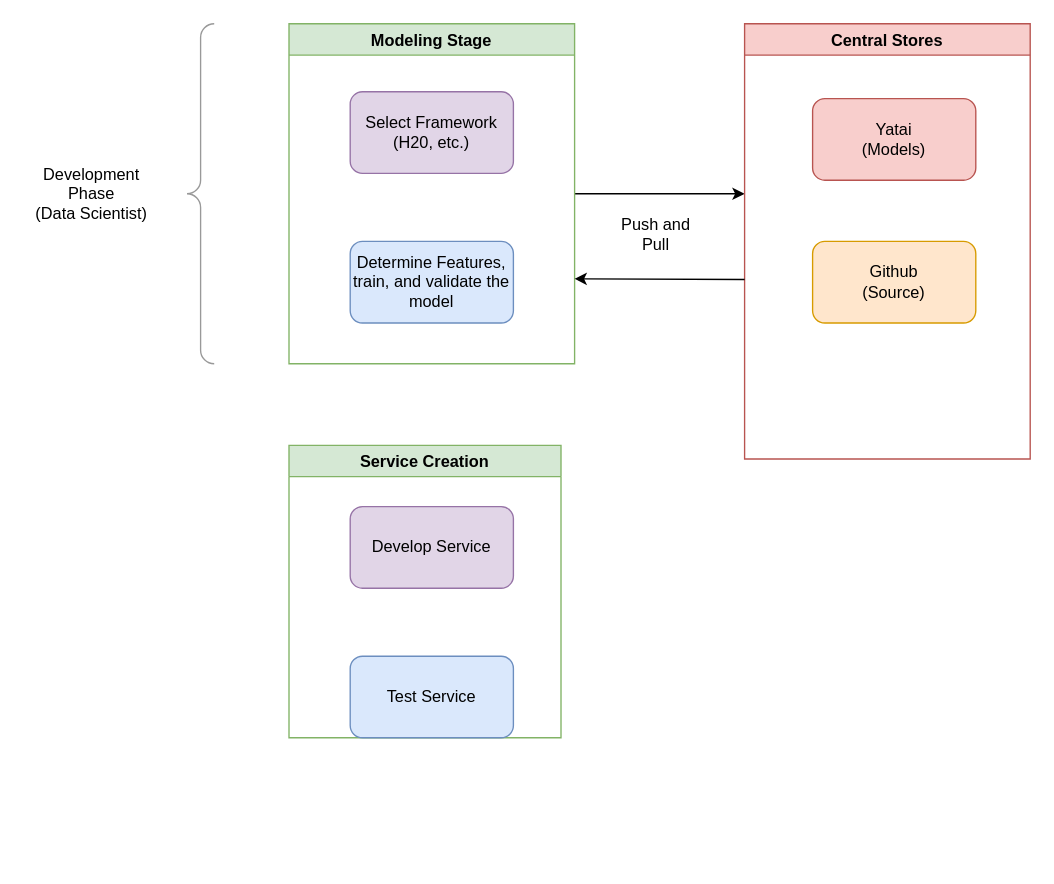
The draw.io diagram bentoml/quickstart/BentoML Flow.drawio in TheDarkTrumpet/MLOpsTest, before the edit. Source tidied: cells renumbered, new cells numbered last; positions are measured from the earlier drawing's top-left corner, leaving out a move shared by most shapes. Both pictures are drawn from the tidied source at 136%, with x=0, y=0 at pixel (23, 23).
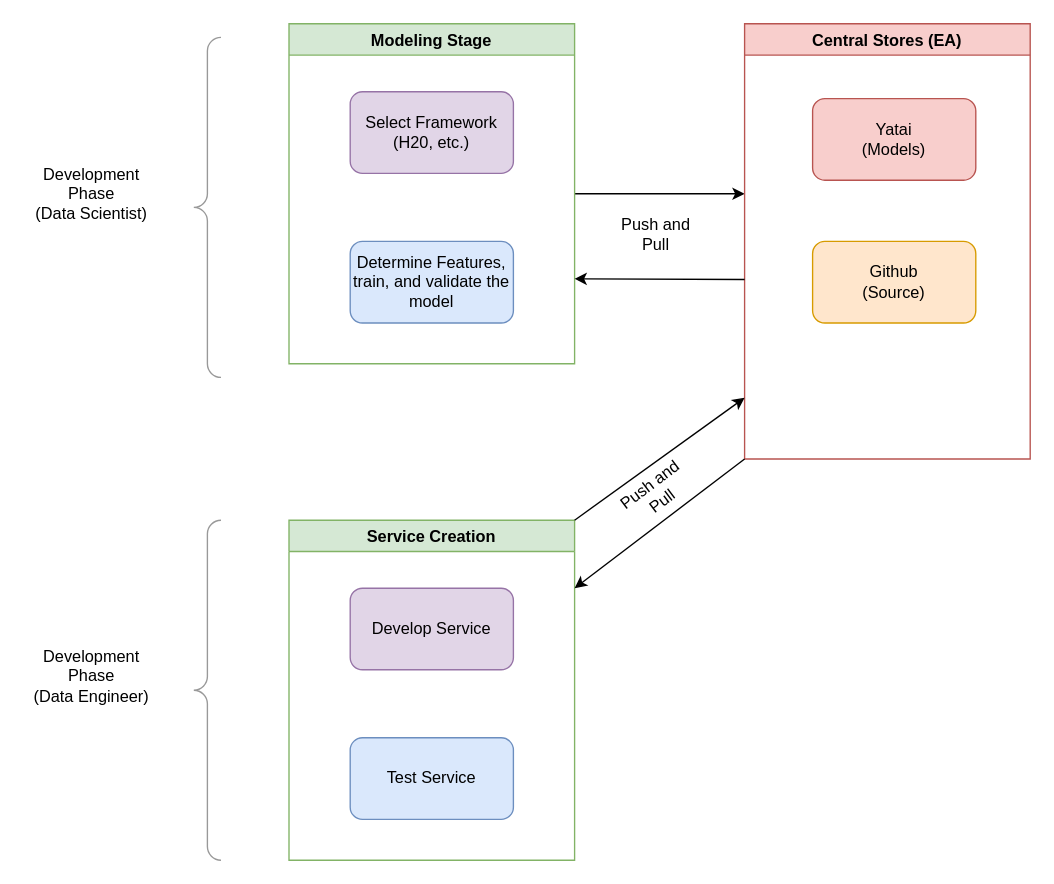
Above is the later version.

What changed in the source:
```diff
@@
     <mxCell id="6" style="labelPosition=right;align=left;strokeWidth=1;shape=mxgraph.mockup.markup.curlyBrace;html=1;shadow=0;dashed=0;strokeColor=#999999;direction=north;" parent="1" vertex="1">
-      <mxGeometry x="120" width="20" height="250" as="geometry" />
+      <mxGeometry x="125" y="10" width="20" height="250" as="geometry" />
     </mxCell>
@@
-    <mxCell id="8" value="Central Stores" style="swimlane;fillColor=#f8cecc;strokeColor=#b85450;" parent="1" vertex="1">
+    <mxCell id="8" value="Central Stores (EA)" style="swimlane;fillColor=#f8cecc;strokeColor=#b85450;" parent="1" vertex="1">
       <mxGeometry x="530" width="210" height="320" as="geometry" />
     </mxCell>
@@
     <mxCell id="13" value="Service Creation" style="swimlane;fillColor=#d5e8d4;strokeColor=#82b366;" parent="1" vertex="1">
-      <mxGeometry x="195" y="310" width="200" height="215" as="geometry" />
+      <mxGeometry x="195" y="365" width="210" height="250" as="geometry" />
     </mxCell>
     <mxCell id="14" value="Develop Service" style="rounded=1;whiteSpace=wrap;html=1;fillColor=#e1d5e7;strokeColor=#9673a6;" parent="13" vertex="1">
-      <mxGeometry x="45" y="45" width="120" height="60" as="geometry" />
+      <mxGeometry x="45" y="50" width="120" height="60" as="geometry" />
     </mxCell>
     <mxCell id="15" value="Test Service" style="rounded=1;whiteSpace=wrap;html=1;fillColor=#dae8fc;strokeColor=#6c8ebf;" parent="13" vertex="1">
-      <mxGeometry x="45" y="155" width="120" height="60" as="geometry" />
+      <mxGeometry x="45" y="160" width="120" height="60" as="geometry" />
     </mxCell>
+    <mxCell id="16" style="labelPosition=right;align=left;strokeWidth=1;shape=mxgraph.mockup.markup.curlyBrace;html=1;shadow=0;dashed=0;strokeColor=#999999;direction=north;" parent="1" vertex="1">
+      <mxGeometry x="125" y="365" width="20" height="250" as="geometry" />
+    </mxCell>
+    <mxCell id="17" value="Development Phase&lt;br&gt;(Data Engineer)" style="text;html=1;strokeColor=none;fillColor=none;align=center;verticalAlign=middle;whiteSpace=wrap;rounded=0;" parent="1" vertex="1">
+      <mxGeometry y="465" width="100" height="30" as="geometry" />
+    </mxCell>
+    <mxCell id="18" style="endArrow=classic;html=1;rounded=0;exitX=1;exitY=0;exitDx=0;exitDy=0;" parent="1" edge="1" source="13">
+      <mxGeometry relative="1" as="geometry">
+        <mxPoint x="530" y="275" as="targetPoint" />
+      </mxGeometry>
+    </mxCell>
+    <mxCell id="19" style="endArrow=classic;html=1;rounded=0;exitX=0;exitY=1;exitDx=0;exitDy=0;" parent="1" edge="1" source="8">
+      <mxGeometry relative="1" as="geometry">
+        <mxPoint x="405" y="415" as="targetPoint" />
+      </mxGeometry>
+    </mxCell>
+    <mxCell id="20" value="Push and Pull" style="text;html=1;strokeColor=none;fillColor=none;align=center;verticalAlign=middle;whiteSpace=wrap;rounded=0;rotation=323;" parent="1" vertex="1">
+      <mxGeometry x="435" y="330" width="60" height="30" as="geometry" />
+    </mxCell>
```
